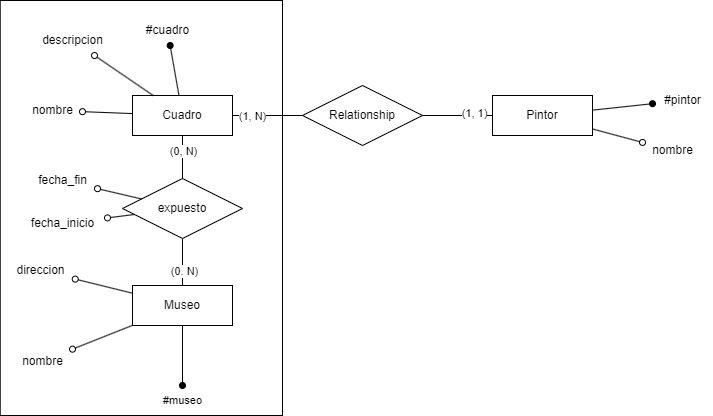
The draw.io diagram 2do_semestre/BD1/Practicas/Practicas-resueltas/Practica-01-modelo-entidad-relacion/Ejercicio-01/Ejercicio-1-b.drawio.png in Pedro0604/3ro-LS-LI-APU, before a commit. Source tidied: cells renumbered, new cells last; positions are measured from the earlier drawing's top-left corner, leaving out a move shared by most shapes. The source it was exported from:
```xml
<mxGraphModel>
  <root>
    <mxCell id="0" />
    <mxCell id="1" parent="0" />
    <mxCell id="2" style="edgeStyle=orthogonalEdgeStyle;rounded=0;jettySize=auto;html=1;endArrow=none;endFill=0;" parent="1" edge="1" source="4" target="12">
      <mxGeometry relative="1" as="geometry" />
    </mxCell>
    <mxCell id="3" value="(1, N)" style="edgeLabel;html=1;align=center;verticalAlign=middle;" parent="2" vertex="1">
      <mxGeometry x="-0.47" y="2" relative="1" as="geometry">
        <mxPoint y="2" as="offset" />
      </mxGeometry>
    </mxCell>
    <mxCell id="4" value="Cuadro" style="whiteSpace=wrap;html=1;align=center;" parent="1" vertex="1">
      <mxGeometry x="132" y="95" width="100" height="40" as="geometry" />
    </mxCell>
    <mxCell id="5" style="endArrow=oval;html=1;rounded=0;endFill=0;" parent="1" edge="1" source="4" target="6">
      <mxGeometry relative="1" as="geometry" />
    </mxCell>
    <mxCell id="6" value="nombre" style="text;html=1;align=center;verticalAlign=middle;points=[];strokeColor=none;fillColor=none;rounded=0;" parent="1" vertex="1">
      <mxGeometry x="22" y="95" width="60" height="30" as="geometry" />
    </mxCell>
    <mxCell id="7" style="endArrow=oval;html=1;rounded=0;endFill=1;" parent="1" edge="1" source="4" target="8">
      <mxGeometry relative="1" as="geometry" />
    </mxCell>
    <mxCell id="8" value="#cuadro" style="text;html=1;align=center;verticalAlign=middle;points=[];strokeColor=none;fillColor=none;rounded=0;" parent="1" vertex="1">
      <mxGeometry x="132" y="15" width="70" height="30" as="geometry" />
    </mxCell>
    <mxCell id="9" style="endArrow=oval;html=1;rounded=0;endFill=0;" parent="1" edge="1" source="4" target="10">
      <mxGeometry relative="1" as="geometry" />
    </mxCell>
    <mxCell id="10" value="descripcion" style="text;html=1;align=center;verticalAlign=middle;points=[];strokeColor=none;fillColor=none;rounded=0;" parent="1" vertex="1">
      <mxGeometry x="32" y="25" width="80" height="30" as="geometry" />
    </mxCell>
    <mxCell id="11" value="Pintor" style="whiteSpace=wrap;html=1;align=center;" parent="1" vertex="1">
      <mxGeometry x="492" y="95" width="100" height="40" as="geometry" />
    </mxCell>
    <mxCell id="12" value="Relationship" style="shape=rhombus;perimeter=rhombusPerimeter;whiteSpace=wrap;html=1;align=center;" parent="1" vertex="1">
      <mxGeometry x="302" y="85" width="120" height="60" as="geometry" />
    </mxCell>
    <mxCell id="13" style="endArrow=none;html=1;rounded=0;" parent="1" edge="1" source="12" target="11">
      <mxGeometry relative="1" as="geometry" />
    </mxCell>
    <mxCell id="14" value="(1, 1)" style="edgeLabel;html=1;align=center;verticalAlign=middle;" parent="13" vertex="1">
      <mxGeometry x="0.45" y="3" relative="1" as="geometry" />
    </mxCell>
    <mxCell id="15" style="edgeStyle=orthogonalEdgeStyle;rounded=0;jettySize=auto;html=1;endArrow=none;endFill=0;" parent="1" edge="1" source="17" target="27">
      <mxGeometry relative="1" as="geometry" />
    </mxCell>
    <mxCell id="16" value="(0. N)" style="edgeLabel;html=1;align=center;verticalAlign=middle;" parent="15" vertex="1">
      <mxGeometry x="-0.38" y="-1" relative="1" as="geometry" />
    </mxCell>
    <mxCell id="17" value="Museo" style="whiteSpace=wrap;html=1;align=center;" parent="1" vertex="1">
      <mxGeometry x="132" y="285" width="100" height="40" as="geometry" />
    </mxCell>
    <mxCell id="18" style="endArrow=oval;html=1;rounded=0;endFill=1;" parent="1" edge="1" source="17" target="19">
      <mxGeometry relative="1" as="geometry" />
    </mxCell>
    <mxCell id="19" value="&lt;span style=&quot;font-size: 11px; background-color: rgb(255, 255, 255);&quot;&gt;#museo&lt;/span&gt;" style="text;html=1;align=center;verticalAlign=middle;points=[];strokeColor=none;fillColor=none;rounded=0;" parent="1" vertex="1">
      <mxGeometry x="152" y="385" width="60" height="30" as="geometry" />
    </mxCell>
    <mxCell id="20" style="endArrow=oval;html=1;rounded=0;endFill=0;" parent="1" edge="1" source="17" target="21">
      <mxGeometry relative="1" as="geometry" />
    </mxCell>
    <mxCell id="21" value="nombre" style="text;html=1;align=center;verticalAlign=middle;points=[];strokeColor=none;fillColor=none;rounded=0;" parent="1" vertex="1">
      <mxGeometry x="12" y="345.6" width="60" height="30" as="geometry" />
    </mxCell>
    <mxCell id="22" style="endArrow=oval;html=1;rounded=0;endFill=0;" parent="1" edge="1" source="17" target="23">
      <mxGeometry relative="1" as="geometry" />
    </mxCell>
    <mxCell id="23" value="direccion" style="text;html=1;align=center;verticalAlign=middle;points=[];strokeColor=none;fillColor=none;rounded=0;" parent="1" vertex="1">
      <mxGeometry x="4.7" y="255" width="70" height="30" as="geometry" />
    </mxCell>
    <mxCell id="24" style="rounded=0;whiteSpace=wrap;html=1;fillColor=none;direction=east;gradientColor=none;glass=0;shadow=0;" parent="1" vertex="1">
      <mxGeometry x="-0.3" width="282.3" height="415" as="geometry" />
    </mxCell>
    <mxCell id="25" style="edgeStyle=orthogonalEdgeStyle;rounded=0;jettySize=auto;html=1;endArrow=none;endFill=0;" parent="1" edge="1" source="27" target="4">
      <mxGeometry relative="1" as="geometry" />
    </mxCell>
    <mxCell id="26" value="(0, N)" style="edgeLabel;html=1;align=center;verticalAlign=middle;" parent="25" vertex="1">
      <mxGeometry x="0.29" relative="1" as="geometry" />
    </mxCell>
    <mxCell id="27" value="expuesto" style="shape=rhombus;perimeter=rhombusPerimeter;whiteSpace=wrap;html=1;align=center;" parent="1" vertex="1">
      <mxGeometry x="122" y="178" width="120" height="60" as="geometry" />
    </mxCell>
    <mxCell id="28" style="endArrow=oval;html=1;rounded=0;endFill=0;" parent="1" edge="1" source="27" target="29">
      <mxGeometry relative="1" as="geometry" />
    </mxCell>
    <mxCell id="29" value="fecha_fin" style="text;html=1;align=center;verticalAlign=middle;points=[];strokeColor=none;fillColor=none;rounded=0;" parent="1" vertex="1">
      <mxGeometry x="27" y="165" width="70" height="30" as="geometry" />
    </mxCell>
    <mxCell id="30" style="endArrow=oval;html=1;rounded=0;endFill=0;" parent="1" edge="1" source="27" target="31">
      <mxGeometry relative="1" as="geometry" />
    </mxCell>
    <mxCell id="31" value="fecha_inicio" style="text;html=1;align=center;verticalAlign=middle;points=[];strokeColor=none;fillColor=none;rounded=0;" parent="1" vertex="1">
      <mxGeometry x="17" y="208" width="90" height="30" as="geometry" />
    </mxCell>
    <mxCell id="32" style="endArrow=oval;html=1;rounded=0;endFill=1;" parent="1" edge="1" source="11" target="33">
      <mxGeometry relative="1" as="geometry" />
    </mxCell>
    <mxCell id="33" value="#pintor" style="text;html=1;align=center;verticalAlign=middle;points=[];strokeColor=none;fillColor=none;rounded=0;" parent="1" vertex="1">
      <mxGeometry x="652" y="85" width="60" height="30" as="geometry" />
    </mxCell>
    <mxCell id="34" style="endArrow=oval;html=1;rounded=0;endFill=0;" parent="1" edge="1" source="11" target="35">
      <mxGeometry relative="1" as="geometry" />
    </mxCell>
    <mxCell id="35" value="nombre" style="text;html=1;align=center;verticalAlign=middle;points=[];strokeColor=none;fillColor=none;rounded=0;" parent="1" vertex="1">
      <mxGeometry x="642" y="135" width="60" height="30" as="geometry" />
    </mxCell>
  </root>
</mxGraphModel>
```
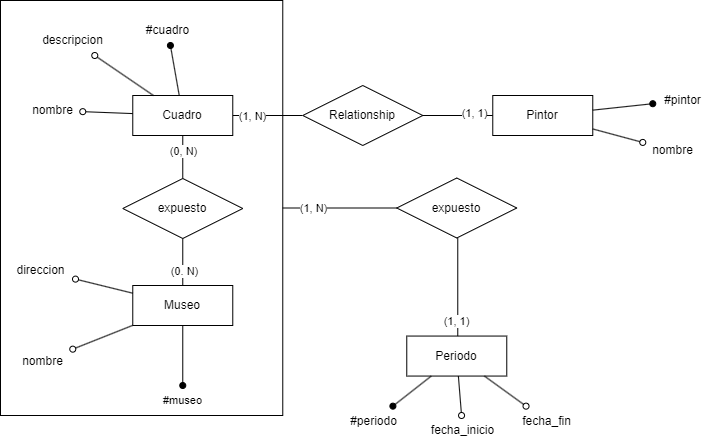
Later version of the same file.

The edit, as a diff of the source:
```diff
@@ -5,20 +5,20 @@
     <mxCell id="2" style="edgeStyle=orthogonalEdgeStyle;rounded=0;jettySize=auto;html=1;endArrow=none;endFill=0;" parent="1" edge="1" source="4" target="12">
       <mxGeometry relative="1" as="geometry" />
     </mxCell>
-    <mxCell id="3" value="(1, N)" style="edgeLabel;html=1;align=center;verticalAlign=middle;" parent="2" vertex="1">
-      <mxGeometry x="-0.47" y="2" relative="1" as="geometry">
-        <mxPoint y="2" as="offset" />
-      </mxGeometry>
-    </mxCell>
+    <mxCell id="36" value="(1, N)" style="edgeLabel;html=1;align=center;verticalAlign=middle;" parent="2" vertex="1">
+      <mxGeometry x="-0.47" y="2" relative="1" as="geometry">
+        <mxPoint y="2" as="offset" />
+      </mxGeometry>
+    </mxCell>
     <mxCell id="4" value="Cuadro" style="whiteSpace=wrap;html=1;align=center;" parent="1" vertex="1">
       <mxGeometry x="132" y="95" width="100" height="40" as="geometry" />
     </mxCell>
-    <mxCell id="5" style="endArrow=oval;html=1;rounded=0;endFill=0;" parent="1" edge="1" source="4" target="6">
-      <mxGeometry relative="1" as="geometry" />
-    </mxCell>
-    <mxCell id="6" value="nombre" style="text;html=1;align=center;verticalAlign=middle;points=[];strokeColor=none;fillColor=none;rounded=0;" parent="1" vertex="1">
-      <mxGeometry x="22" y="95" width="60" height="30" as="geometry" />
-    </mxCell>
+    <mxCell id="37" style="endArrow=oval;html=1;rounded=0;endFill=0;" parent="1" edge="1" source="4" target="38">
+      <mxGeometry relative="1" as="geometry" />
+    </mxCell>
+    <mxCell id="38" value="nombre" style="text;html=1;align=center;verticalAlign=middle;points=[];strokeColor=none;fillColor=none;rounded=0;" parent="1" vertex="1">
+      <mxGeometry x="22" y="95" width="60" height="30" as="geometry" />
+    </mxCell>
     <mxCell id="7" style="endArrow=oval;html=1;rounded=0;endFill=1;" parent="1" edge="1" source="4" target="8">
       <mxGeometry relative="1" as="geometry" />
     </mxCell>
@@ -40,13 +40,13 @@
     <mxCell id="13" style="endArrow=none;html=1;rounded=0;" parent="1" edge="1" source="12" target="11">
       <mxGeometry relative="1" as="geometry" />
     </mxCell>
-    <mxCell id="14" value="(1, 1)" style="edgeLabel;html=1;align=center;verticalAlign=middle;" parent="13" vertex="1">
-      <mxGeometry x="0.45" y="3" relative="1" as="geometry" />
-    </mxCell>
-    <mxCell id="15" style="edgeStyle=orthogonalEdgeStyle;rounded=0;jettySize=auto;html=1;endArrow=none;endFill=0;" parent="1" edge="1" source="17" target="27">
-      <mxGeometry relative="1" as="geometry" />
-    </mxCell>
+    <mxCell id="39" value="(1, 1)" style="edgeLabel;html=1;align=center;verticalAlign=middle;" parent="13" vertex="1">
+      <mxGeometry x="0.45" y="3" relative="1" as="geometry" />
+    </mxCell>
+    <mxCell id="40" style="edgeStyle=orthogonalEdgeStyle;rounded=0;jettySize=auto;html=1;endArrow=none;endFill=0;" parent="1" edge="1" source="17" target="45">
+      <mxGeometry relative="1" as="geometry" />
+    </mxCell>
-    <mxCell id="16" value="(0. N)" style="edgeLabel;html=1;align=center;verticalAlign=middle;" parent="15" vertex="1">
+    <mxCell id="16" value="(0. N)" style="edgeLabel;html=1;align=center;verticalAlign=middle;" parent="40" vertex="1">
       <mxGeometry x="-0.38" y="-1" relative="1" as="geometry" />
     </mxCell>
     <mxCell id="17" value="Museo" style="whiteSpace=wrap;html=1;align=center;" parent="1" vertex="1">
@@ -58,53 +58,82 @@
     <mxCell id="19" value="&lt;span style=&quot;font-size: 11px; background-color: rgb(255, 255, 255);&quot;&gt;#museo&lt;/span&gt;" style="text;html=1;align=center;verticalAlign=middle;points=[];strokeColor=none;fillColor=none;rounded=0;" parent="1" vertex="1">
       <mxGeometry x="152" y="385" width="60" height="30" as="geometry" />
     </mxCell>
-    <mxCell id="20" style="endArrow=oval;html=1;rounded=0;endFill=0;" parent="1" edge="1" source="17" target="21">
-      <mxGeometry relative="1" as="geometry" />
-    </mxCell>
-    <mxCell id="21" value="nombre" style="text;html=1;align=center;verticalAlign=middle;points=[];strokeColor=none;fillColor=none;rounded=0;" parent="1" vertex="1">
-      <mxGeometry x="12" y="345.6" width="60" height="30" as="geometry" />
-    </mxCell>
+    <mxCell id="41" style="endArrow=oval;html=1;rounded=0;endFill=0;" parent="1" edge="1" source="17" target="42">
+      <mxGeometry relative="1" as="geometry" />
+    </mxCell>
+    <mxCell id="42" value="nombre" style="text;html=1;align=center;verticalAlign=middle;points=[];strokeColor=none;fillColor=none;rounded=0;" parent="1" vertex="1">
+      <mxGeometry x="12" y="345.6" width="60" height="30" as="geometry" />
+    </mxCell>
     <mxCell id="22" style="endArrow=oval;html=1;rounded=0;endFill=0;" parent="1" edge="1" source="17" target="23">
       <mxGeometry relative="1" as="geometry" />
     </mxCell>
     <mxCell id="23" value="direccion" style="text;html=1;align=center;verticalAlign=middle;points=[];strokeColor=none;fillColor=none;rounded=0;" parent="1" vertex="1">
       <mxGeometry x="4.7" y="255" width="70" height="30" as="geometry" />
     </mxCell>
-    <mxCell id="24" style="rounded=0;whiteSpace=wrap;html=1;fillColor=none;direction=east;gradientColor=none;glass=0;shadow=0;" parent="1" vertex="1">
-      <mxGeometry x="-0.3" width="282.3" height="415" as="geometry" />
-    </mxCell>
-    <mxCell id="25" style="edgeStyle=orthogonalEdgeStyle;rounded=0;jettySize=auto;html=1;endArrow=none;endFill=0;" parent="1" edge="1" source="27" target="4">
-      <mxGeometry relative="1" as="geometry" />
-    </mxCell>
+    <mxCell id="43" style="rounded=0;whiteSpace=wrap;html=1;fillColor=none;direction=east;gradientColor=none;glass=0;shadow=0;" parent="1" vertex="1">
+      <mxGeometry x="-0.3" width="282.3" height="415" as="geometry" />
+    </mxCell>
+    <mxCell id="44" style="edgeStyle=orthogonalEdgeStyle;rounded=0;jettySize=auto;html=1;endArrow=none;endFill=0;" parent="1" edge="1" source="45" target="4">
+      <mxGeometry relative="1" as="geometry" />
+    </mxCell>
-    <mxCell id="26" value="(0, N)" style="edgeLabel;html=1;align=center;verticalAlign=middle;" parent="25" vertex="1">
+    <mxCell id="26" value="(0, N)" style="edgeLabel;html=1;align=center;verticalAlign=middle;" parent="44" vertex="1">
       <mxGeometry x="0.29" relative="1" as="geometry" />
     </mxCell>
-    <mxCell id="27" value="expuesto" style="shape=rhombus;perimeter=rhombusPerimeter;whiteSpace=wrap;html=1;align=center;" parent="1" vertex="1">
-      <mxGeometry x="122" y="178" width="120" height="60" as="geometry" />
-    </mxCell>
-    <mxCell id="28" style="endArrow=oval;html=1;rounded=0;endFill=0;" parent="1" edge="1" source="27" target="29">
-      <mxGeometry relative="1" as="geometry" />
-    </mxCell>
+    <mxCell id="45" value="expuesto" style="shape=rhombus;perimeter=rhombusPerimeter;whiteSpace=wrap;html=1;align=center;" parent="1" vertex="1">
+      <mxGeometry x="122" y="178" width="120" height="60" as="geometry" />
+    </mxCell>
+    <mxCell id="46" value="expuesto" style="shape=rhombus;perimeter=rhombusPerimeter;whiteSpace=wrap;html=1;align=center;" parent="1" vertex="1">
+      <mxGeometry x="396" y="177.5" width="120" height="60" as="geometry" />
+    </mxCell>
+    <mxCell id="47" style="endArrow=none;html=1;rounded=0;" parent="1" edge="1" source="43" target="46">
+      <mxGeometry relative="1" as="geometry" />
+    </mxCell>
+    <mxCell id="48" value="(1, N)" style="edgeLabel;html=1;align=center;verticalAlign=middle;" parent="47" vertex="1">
+      <mxGeometry x="-0.76" relative="1" as="geometry">
+        <mxPoint x="16" as="offset" />
+      </mxGeometry>
+    </mxCell>
+    <mxCell id="49" value="Periodo" style="whiteSpace=wrap;html=1;align=center;" parent="1" vertex="1">
+      <mxGeometry x="406" y="335.6" width="100" height="40" as="geometry" />
+    </mxCell>
+    <mxCell id="50" style="endArrow=none;html=1;rounded=0;" parent="1" edge="1">
+      <mxGeometry relative="1" as="geometry">
+        <mxPoint x="457" y="237.5" as="sourcePoint" />
+        <mxPoint x="457" y="335.6" as="targetPoint" />
+      </mxGeometry>
+    </mxCell>
+    <mxCell id="51" value="(1, 1)" style="edgeLabel;html=1;align=center;verticalAlign=middle;" parent="50" vertex="1">
+      <mxGeometry x="0.69" y="-2" relative="1" as="geometry" />
+    </mxCell>
+    <mxCell id="52" style="endArrow=oval;html=1;rounded=0;endFill=0;" parent="1" edge="1" source="49" target="29">
+      <mxGeometry relative="1" as="geometry" />
+    </mxCell>
     <mxCell id="29" value="fecha_fin" style="text;html=1;align=center;verticalAlign=middle;points=[];strokeColor=none;fillColor=none;rounded=0;" parent="1" vertex="1">
-      <mxGeometry x="27" y="165" width="70" height="30" as="geometry" />
+      <mxGeometry x="511" y="405.6" width="70" height="30" as="geometry" />
     </mxCell>
-    <mxCell id="30" style="endArrow=oval;html=1;rounded=0;endFill=0;" parent="1" edge="1" source="27" target="31">
-      <mxGeometry relative="1" as="geometry" />
-    </mxCell>
+    <mxCell id="53" style="endArrow=oval;html=1;rounded=0;endFill=0;" parent="1" edge="1" source="49" target="31">
+      <mxGeometry relative="1" as="geometry" />
+    </mxCell>
     <mxCell id="31" value="fecha_inicio" style="text;html=1;align=center;verticalAlign=middle;points=[];strokeColor=none;fillColor=none;rounded=0;" parent="1" vertex="1">
-      <mxGeometry x="17" y="208" width="90" height="30" as="geometry" />
+      <mxGeometry x="417" y="415" width="90" height="30" as="geometry" />
     </mxCell>
+    <mxCell id="54" style="endArrow=oval;html=1;rounded=0;endFill=1;" parent="1" edge="1" source="49" target="55">
+      <mxGeometry relative="1" as="geometry" />
+    </mxCell>
+    <mxCell id="55" value="#periodo" style="text;html=1;align=center;verticalAlign=middle;points=[];strokeColor=none;fillColor=none;rounded=0;" parent="1" vertex="1">
+      <mxGeometry x="338" y="405.6" width="70" height="30" as="geometry" />
+    </mxCell>
     <mxCell id="32" style="endArrow=oval;html=1;rounded=0;endFill=1;" parent="1" edge="1" source="11" target="33">
       <mxGeometry relative="1" as="geometry" />
     </mxCell>
     <mxCell id="33" value="#pintor" style="text;html=1;align=center;verticalAlign=middle;points=[];strokeColor=none;fillColor=none;rounded=0;" parent="1" vertex="1">
       <mxGeometry x="652" y="85" width="60" height="30" as="geometry" />
     </mxCell>
-    <mxCell id="34" style="endArrow=oval;html=1;rounded=0;endFill=0;" parent="1" edge="1" source="11" target="35">
-      <mxGeometry relative="1" as="geometry" />
-    </mxCell>
-    <mxCell id="35" value="nombre" style="text;html=1;align=center;verticalAlign=middle;points=[];strokeColor=none;fillColor=none;rounded=0;" parent="1" vertex="1">
-      <mxGeometry x="642" y="135" width="60" height="30" as="geometry" />
-    </mxCell>
+    <mxCell id="56" style="endArrow=oval;html=1;rounded=0;endFill=0;" parent="1" edge="1" source="11" target="57">
+      <mxGeometry relative="1" as="geometry" />
+    </mxCell>
+    <mxCell id="57" value="nombre" style="text;html=1;align=center;verticalAlign=middle;points=[];strokeColor=none;fillColor=none;rounded=0;" parent="1" vertex="1">
+      <mxGeometry x="642" y="135" width="60" height="30" as="geometry" />
+    </mxCell>
   </root>
 </mxGraphModel>
```
